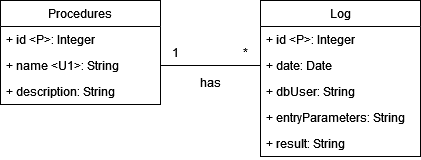
Before: diagrams/conceptual-diagram-log.drawio.png, a diagram exported from draw.io (danielpilot/event-database). Source tidied: cells renumbered, new cells last; positions are measured from the earlier drawing's top-left corner, leaving out a move shared by most shapes.
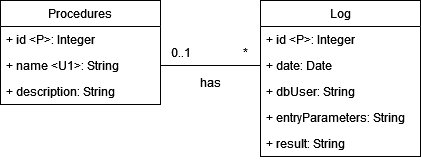
Above is the later version.

Commit message:
Fix conceptual diagram log cardinality

Change to the diagram source:
```diff
@@ -35,8 +35,8 @@
     <mxCell id="12" style="endArrow=none;html=1;rounded=0;entryX=0;entryY=0.5;entryDx=0;entryDy=0;exitX=1;exitY=0.5;exitDx=0;exitDy=0;" parent="1" edge="1" source="10" target="4">
       <mxGeometry relative="1" as="geometry" />
     </mxCell>
-    <mxCell id="13" value="1" style="text;html=1;align=center;verticalAlign=middle;strokeColor=none;fillColor=none;" parent="1" vertex="1">
-      <mxGeometry x="160" y="37" width="30" height="30" as="geometry" />
+    <mxCell id="13" value="0..1" style="text;html=1;align=center;verticalAlign=middle;strokeColor=none;fillColor=none;" parent="1" vertex="1">
+      <mxGeometry x="160" y="37" width="40" height="30" as="geometry" />
     </mxCell>
     <mxCell id="14" value="*" style="text;html=1;align=center;verticalAlign=middle;strokeColor=none;fillColor=none;" parent="1" vertex="1">
       <mxGeometry x="230" y="37" width="30" height="30" as="geometry" />
```
